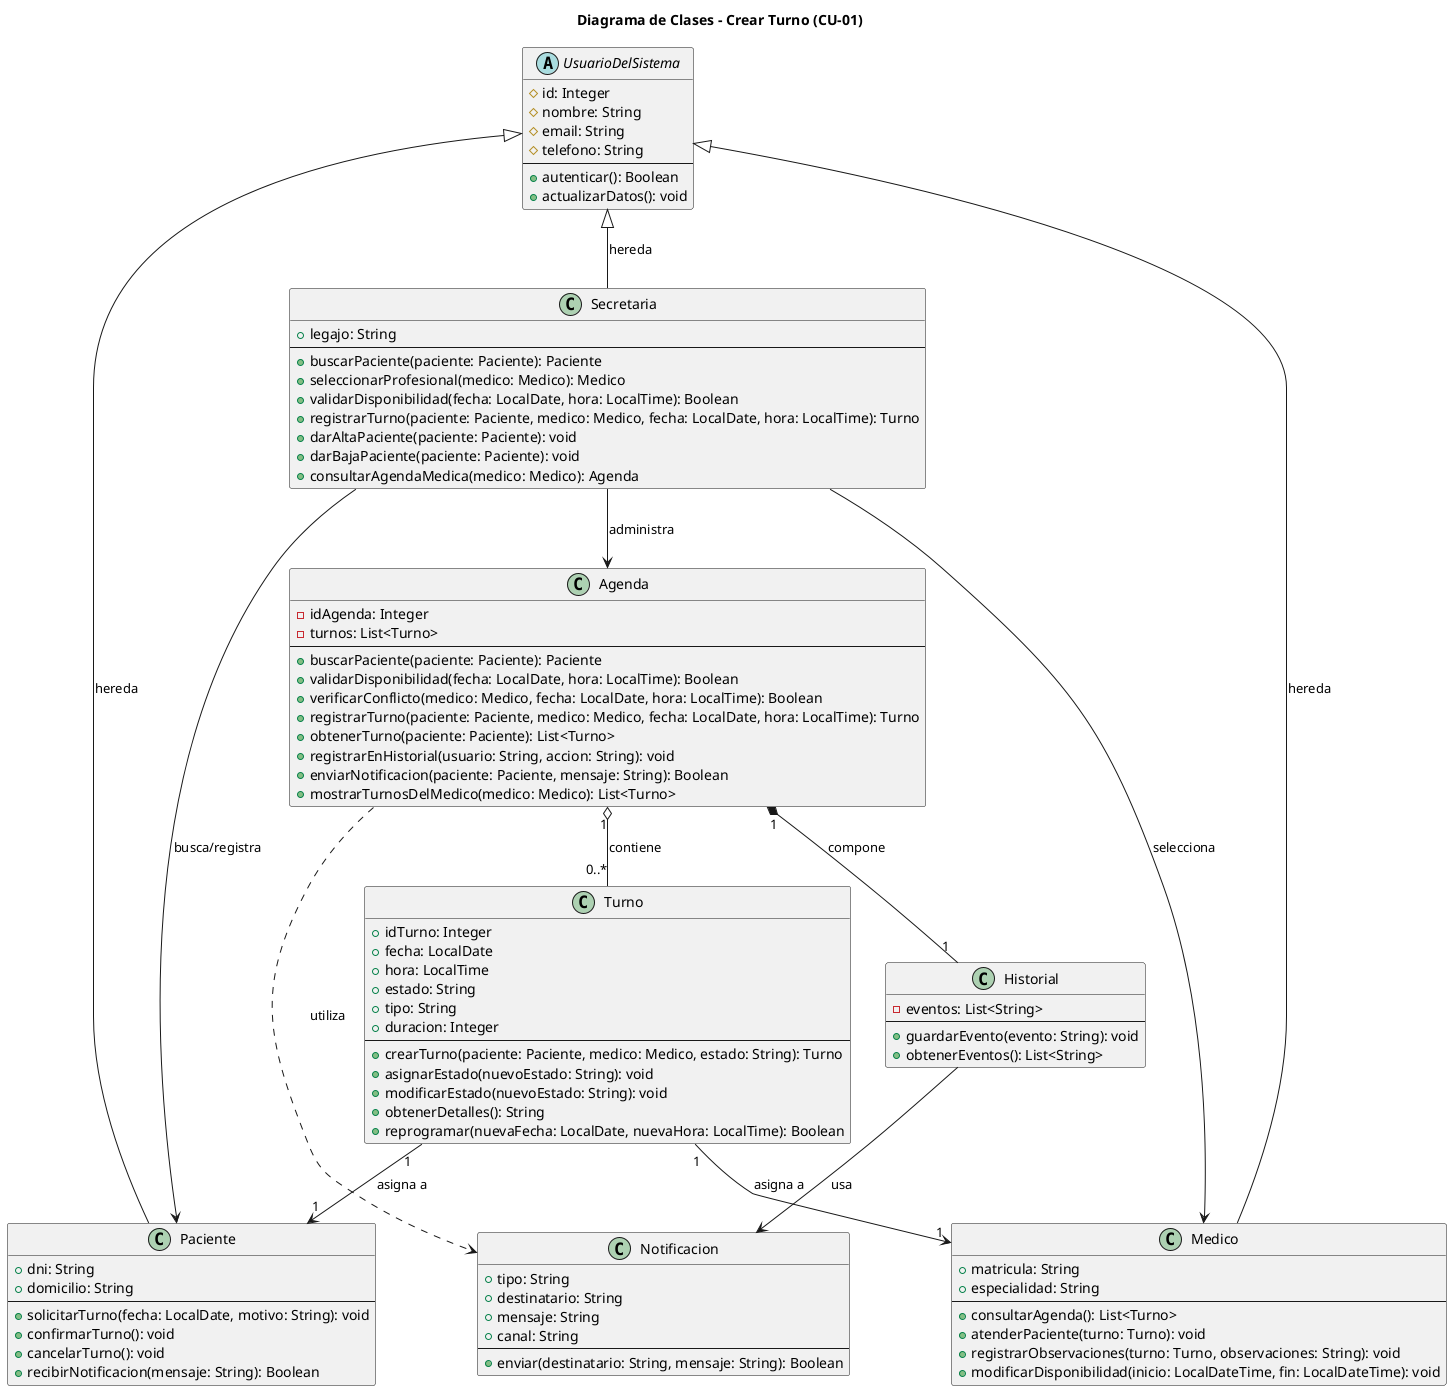
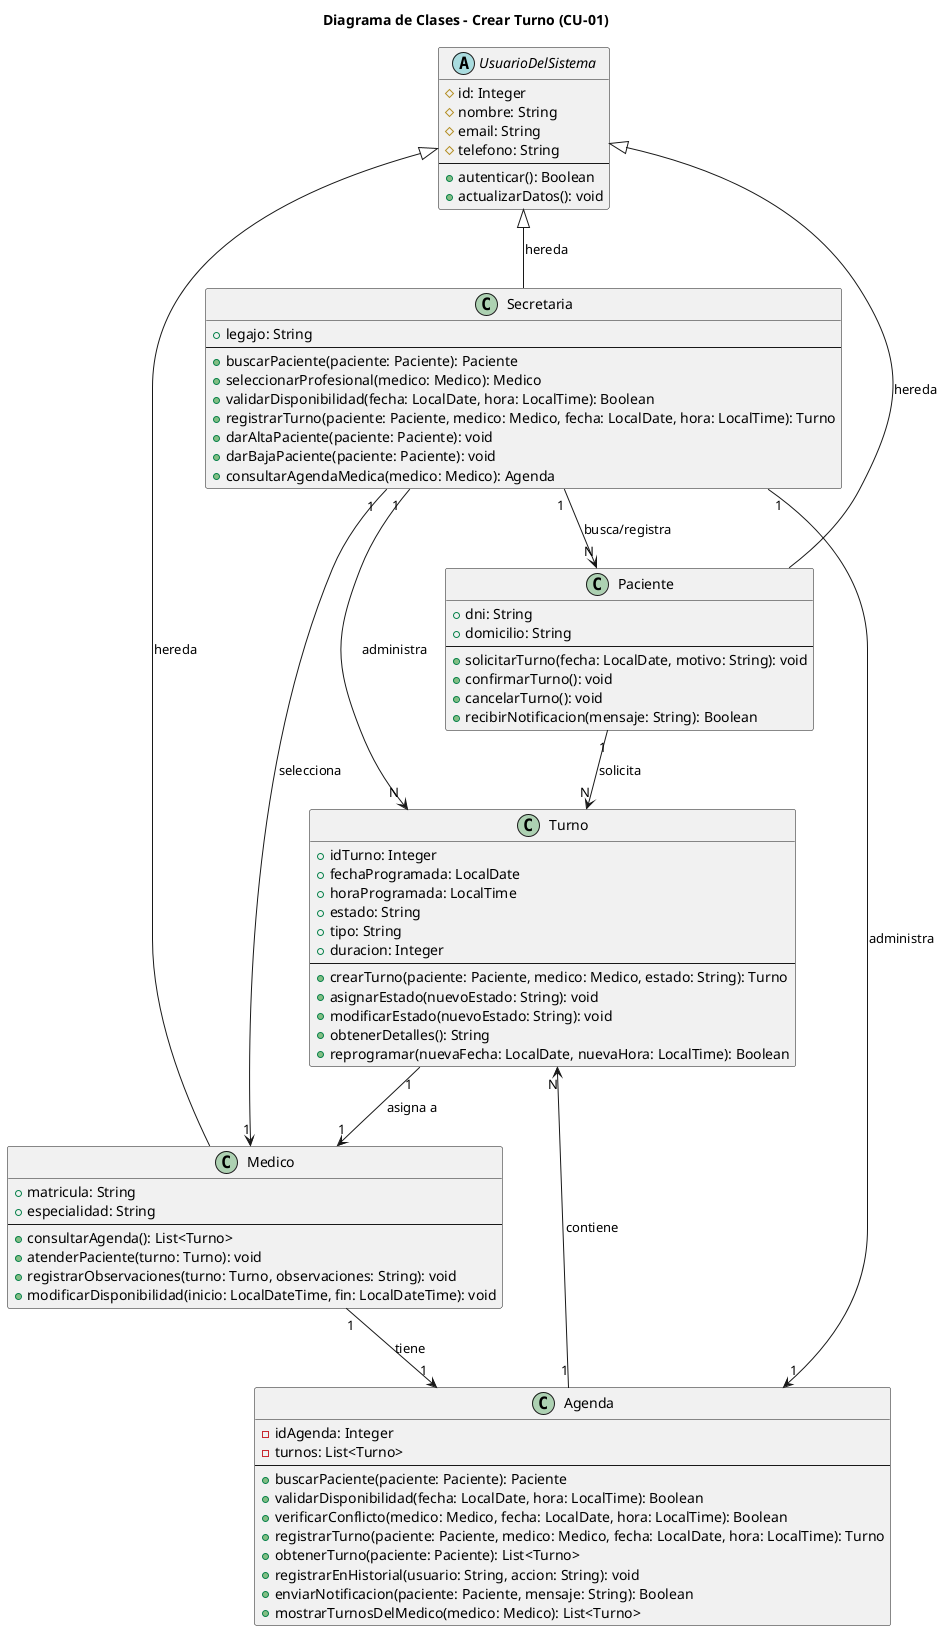
- @startuml diagrama de clases 01: crear turno
+ @startuml 01-clases-crear-turno-01

title Diagrama de Clases - Crear Turno (CU-01)

abstract class UsuarioDelSistema {
  # id: Integer
  # nombre: String
  # email: String
  # telefono: String
  --
  + autenticar(): Boolean
  + actualizarDatos(): void
}

class Paciente {
  + dni: String
  + domicilio: String
  --
  + solicitarTurno(fecha: LocalDate, motivo: String): void
  + confirmarTurno(): void
  + cancelarTurno(): void
  + recibirNotificacion(mensaje: String): Boolean
}

class Secretaria {
  + legajo: String
  --
  + buscarPaciente(paciente: Paciente): Paciente
  + seleccionarProfesional(medico: Medico): Medico
  + validarDisponibilidad(fecha: LocalDate, hora: LocalTime): Boolean
  + registrarTurno(paciente: Paciente, medico: Medico, fecha: LocalDate, hora: LocalTime): Turno
  + darAltaPaciente(paciente: Paciente): void
  + darBajaPaciente(paciente: Paciente): void
  + consultarAgendaMedica(medico: Medico): Agenda
}

class Medico {
  + matricula: String
  + especialidad: String
  --
  + consultarAgenda(): List<Turno>
  + atenderPaciente(turno: Turno): void
  + registrarObservaciones(turno: Turno, observaciones: String): void
  + modificarDisponibilidad(inicio: LocalDateTime, fin: LocalDateTime): void
}

class Turno {
  + idTurno: Integer
-   + fecha: LocalDate
-   + hora: LocalTime
+   + fechaProgramada: LocalDate
+   + horaProgramada: LocalTime
  + estado: String
  + tipo: String
  + duracion: Integer
  --
  + crearTurno(paciente: Paciente, medico: Medico, estado: String): Turno
  + asignarEstado(nuevoEstado: String): void
  + modificarEstado(nuevoEstado: String): void
  + obtenerDetalles(): String
  + reprogramar(nuevaFecha: LocalDate, nuevaHora: LocalTime): Boolean
}

class Agenda {
  - idAgenda: Integer
  - turnos: List<Turno>
  --
  + buscarPaciente(paciente: Paciente): Paciente
  + validarDisponibilidad(fecha: LocalDate, hora: LocalTime): Boolean
  + verificarConflicto(medico: Medico, fecha: LocalDate, hora: LocalTime): Boolean
  + registrarTurno(paciente: Paciente, medico: Medico, fecha: LocalDate, hora: LocalTime): Turno
  + obtenerTurno(paciente: Paciente): List<Turno>
  + registrarEnHistorial(usuario: String, accion: String): void
  + enviarNotificacion(paciente: Paciente, mensaje: String): Boolean
  + mostrarTurnosDelMedico(medico: Medico): List<Turno>
}

- class Historial {
-   - eventos: List<String>
-   --
-   + guardarEvento(evento: String): void
-   + obtenerEventos(): List<String>
- }
- 
- class Notificacion {
-   + tipo: String
-   + destinatario: String
-   + mensaje: String
-   + canal: String
-   --
-   + enviar(destinatario: String, mensaje: String): Boolean
- }

UsuarioDelSistema <|-- Paciente : hereda
UsuarioDelSistema <|-- Secretaria : hereda
UsuarioDelSistema <|-- Medico : hereda

- Secretaria --> Agenda : administra
- Secretaria --> Paciente : busca/registra
- Secretaria --> Medico : selecciona
+ Secretaria "1 "--> "1" Agenda : administra
+ Secretaria "1 "--> "N" Paciente : busca/registra
+ Secretaria "1 "--> "1" Medico : selecciona
+ Secretaria "1 "--> "N" Turno : administra

- Agenda "1" o-- "0..*" Turno : contiene
- Agenda "1" *-- "1" Historial : compone
- Agenda ..> Notificacion : utiliza
+ Agenda "1" --> "N" Turno : contiene

- Turno "1" --> "1" Paciente : asigna a
+ Paciente "1" --> "N" Turno : solicita
+ 
Turno "1" --> "1" Medico : asigna a

- Historial --> Notificacion : usa
+ Medico "1" -->  "1" Agenda : tiene

@enduml